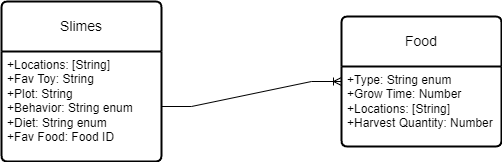
Above: assets/ERD - P4.drawio.png in kfacison/slimepedia_api_p4 (draw.io), before the change. Source tidied: cells renumbered, new cells last; positions are measured from the earlier drawing's top-left corner, leaving out a move shared by most shapes. Source of this version:
```xml
<mxGraphModel>
  <root>
    <mxCell id="0" />
    <mxCell id="1" parent="0" />
    <mxCell id="2" value="Slimes" style="swimlane;horizontal=1;startSize=50;rounded=1;fontSize=14;fontStyle=0;strokeWidth=2;shadow=0;dashed=0;align=center;arcSize=4;whiteSpace=wrap;html=1;" parent="1" vertex="1">
      <mxGeometry width="160" height="160" as="geometry" />
    </mxCell>
    <mxCell id="3" value="+Locations: [String]&lt;br&gt;+Fav Toy: String&lt;br&gt;+Plot: String&lt;br&gt;+Behavior: String enum&lt;br&gt;+Diet: String enum&lt;br&gt;+Fav Food: Food ID" style="align=left;strokeColor=none;fillColor=none;spacingLeft=4;fontSize=12;verticalAlign=top;html=1;" parent="2" vertex="1">
      <mxGeometry y="50" width="160" height="110" as="geometry" />
    </mxCell>
    <mxCell id="4" value="Food" style="swimlane;horizontal=1;startSize=50;rounded=1;fontSize=14;fontStyle=0;strokeWidth=2;shadow=0;dashed=0;align=center;arcSize=4;whiteSpace=wrap;html=1;" parent="1" vertex="1">
      <mxGeometry x="340" y="15" width="160" height="130" as="geometry" />
    </mxCell>
    <mxCell id="5" value="+Type: String enum&lt;br&gt;+Grow Time: Number&lt;br&gt;+Locations: [String]&lt;br&gt;+Harvest Quantity: Number" style="align=left;strokeColor=none;fillColor=none;spacingLeft=4;fontSize=12;verticalAlign=top;html=1;" parent="4" vertex="1">
      <mxGeometry y="50" width="160" height="80" as="geometry" />
    </mxCell>
    <mxCell id="6" style="edgeStyle=entityRelationEdgeStyle;fontSize=12;html=1;endArrow=ERoneToMany;rounded=0;entryX=0;entryY=0.5;entryDx=0;entryDy=0;" parent="1" edge="1" source="3" target="4">
      <mxGeometry relative="1" as="geometry">
        <Array as="points">
          <mxPoint x="160" y="105" />
        </Array>
      </mxGeometry>
    </mxCell>
  </root>
</mxGraphModel>
```
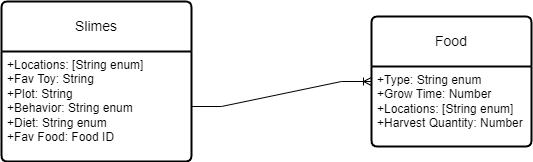
The same diagram one commit later.

Change to the diagram source:
```diff
@@ -3,15 +3,15 @@
     <mxCell id="0" />
     <mxCell id="1" parent="0" />
     <mxCell id="2" value="Slimes" style="swimlane;horizontal=1;startSize=50;rounded=1;fontSize=14;fontStyle=0;strokeWidth=2;shadow=0;dashed=0;align=center;arcSize=4;whiteSpace=wrap;html=1;" parent="1" vertex="1">
-      <mxGeometry width="160" height="160" as="geometry" />
+      <mxGeometry x="-30" width="190" height="160" as="geometry" />
     </mxCell>
-    <mxCell id="3" value="+Locations: [String]&lt;br&gt;+Fav Toy: String&lt;br&gt;+Plot: String&lt;br&gt;+Behavior: String enum&lt;br&gt;+Diet: String enum&lt;br&gt;+Fav Food: Food ID" style="align=left;strokeColor=none;fillColor=none;spacingLeft=4;fontSize=12;verticalAlign=top;html=1;" parent="2" vertex="1">
-      <mxGeometry y="50" width="160" height="110" as="geometry" />
+    <mxCell id="3" value="+Locations: [String enum]&lt;br&gt;+Fav Toy: String&lt;br&gt;+Plot: String&lt;br&gt;+Behavior: String enum&lt;br&gt;+Diet: String enum&lt;br&gt;+Fav Food: Food ID" style="align=left;strokeColor=none;fillColor=none;spacingLeft=4;fontSize=12;verticalAlign=top;html=1;" parent="2" vertex="1">
+      <mxGeometry y="50" width="190" height="110" as="geometry" />
     </mxCell>
     <mxCell id="4" value="Food" style="swimlane;horizontal=1;startSize=50;rounded=1;fontSize=14;fontStyle=0;strokeWidth=2;shadow=0;dashed=0;align=center;arcSize=4;whiteSpace=wrap;html=1;" parent="1" vertex="1">
       <mxGeometry x="340" y="15" width="160" height="130" as="geometry" />
     </mxCell>
-    <mxCell id="5" value="+Type: String enum&lt;br&gt;+Grow Time: Number&lt;br&gt;+Locations: [String]&lt;br&gt;+Harvest Quantity: Number" style="align=left;strokeColor=none;fillColor=none;spacingLeft=4;fontSize=12;verticalAlign=top;html=1;" parent="4" vertex="1">
+    <mxCell id="5" value="+Type: String enum&lt;br&gt;+Grow Time: Number&lt;br&gt;+Locations: [String enum]&lt;br&gt;+Harvest Quantity: Number" style="align=left;strokeColor=none;fillColor=none;spacingLeft=4;fontSize=12;verticalAlign=top;html=1;" parent="4" vertex="1">
       <mxGeometry y="50" width="160" height="80" as="geometry" />
     </mxCell>
     <mxCell id="6" style="edgeStyle=entityRelationEdgeStyle;fontSize=12;html=1;endArrow=ERoneToMany;rounded=0;entryX=0;entryY=0.5;entryDx=0;entryDy=0;" parent="1" edge="1" source="3" target="4">
```
